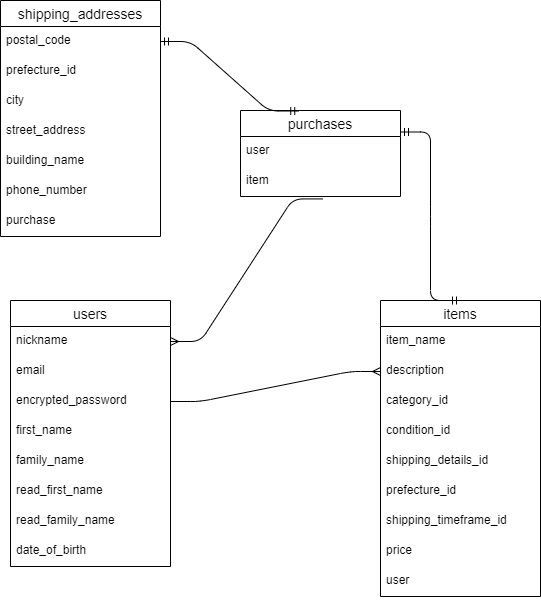
sumachanabc/furima-39812 keeps this draw.io diagram as test.drawio.png. Above is the earlier version. Source tidied: cells renumbered, new cells last; positions are measured from the earlier drawing's top-left corner, leaving out a move shared by most shapes.
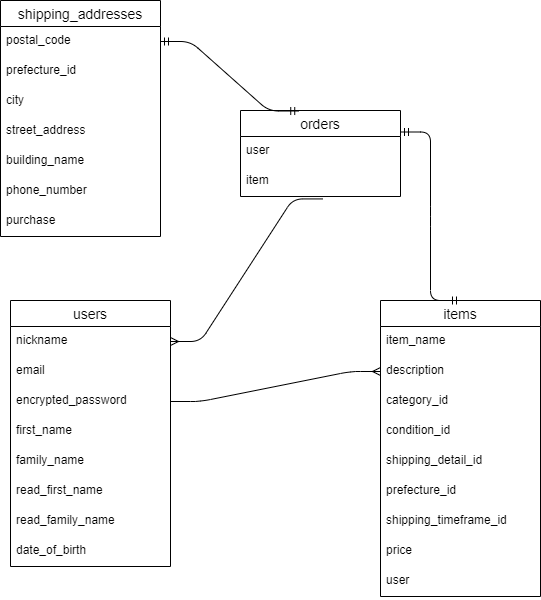
The same diagram one commit later.

Commit message:
README,ER図再々再々修正

The edit, as a diff of the source:
```diff
@@ -44,7 +44,7 @@
     <mxCell id="15" value="condition_id" style="text;strokeColor=none;fillColor=none;spacingLeft=4;spacingRight=4;overflow=hidden;fontSize=12;" parent="11" vertex="1">
       <mxGeometry y="116" width="160" height="30" as="geometry" />
     </mxCell>
-    <mxCell id="16" value="shipping_details_id" style="text;strokeColor=none;fillColor=none;spacingLeft=4;spacingRight=4;overflow=hidden;fontSize=12;" parent="11" vertex="1">
+    <mxCell id="16" value="shipping_detail_id" style="text;strokeColor=none;fillColor=none;spacingLeft=4;spacingRight=4;overflow=hidden;fontSize=12;" parent="11" vertex="1">
       <mxGeometry y="146" width="160" height="30" as="geometry" />
     </mxCell>
     <mxCell id="17" value="prefecture_id" style="text;strokeColor=none;fillColor=none;spacingLeft=4;spacingRight=4;overflow=hidden;fontSize=12;" parent="11" vertex="1">
@@ -86,7 +86,7 @@
     <mxCell id="29" value="purchase" style="text;strokeColor=none;fillColor=none;spacingLeft=4;spacingRight=4;overflow=hidden;fontSize=12;" parent="22" vertex="1">
       <mxGeometry y="206" width="160" height="30" as="geometry" />
     </mxCell>
-    <mxCell id="30" value="purchases" style="swimlane;fontStyle=0;horizontal=1;startSize=26;align=center;fontSize=14;" parent="1" vertex="1">
+    <mxCell id="30" value="orders" style="swimlane;fontStyle=0;horizontal=1;startSize=26;align=center;fontSize=14;" parent="1" vertex="1">
       <mxGeometry x="240" y="110" width="160" height="86" as="geometry" />
     </mxCell>
     <mxCell id="31" value="user" style="text;strokeColor=none;fillColor=none;spacingLeft=4;spacingRight=4;overflow=hidden;fontSize=12;" parent="30" vertex="1">
```
